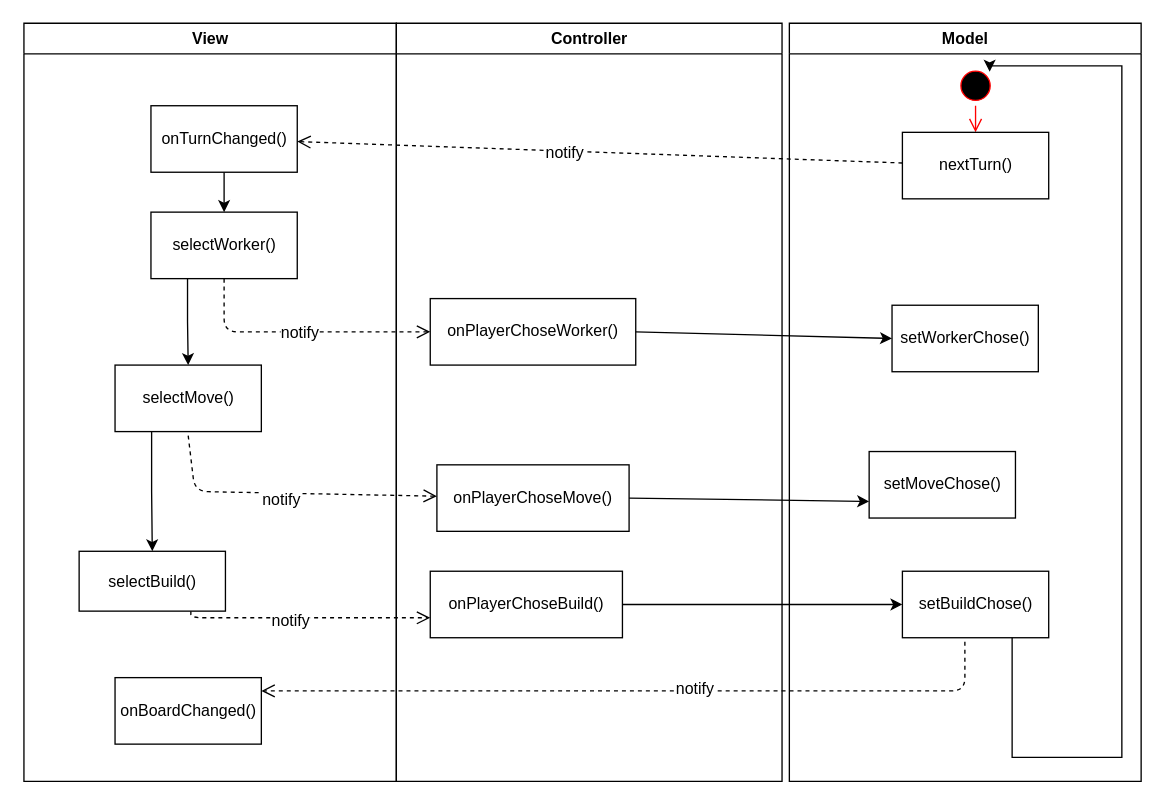
Above: Sequence Diagram - Turno di Gioco.drawio in massitaverna/ing-sw-2020-taverna-sorrentino-stagnoli (draw.io), before the change. Source tidied: cells renumbered, new cells numbered last; positions are measured from the earlier drawing's top-left corner, leaving out a move shared by most shapes. Both pictures are drawn from the tidied source at 133%, with x=0, y=0 at pixel (23, 23).
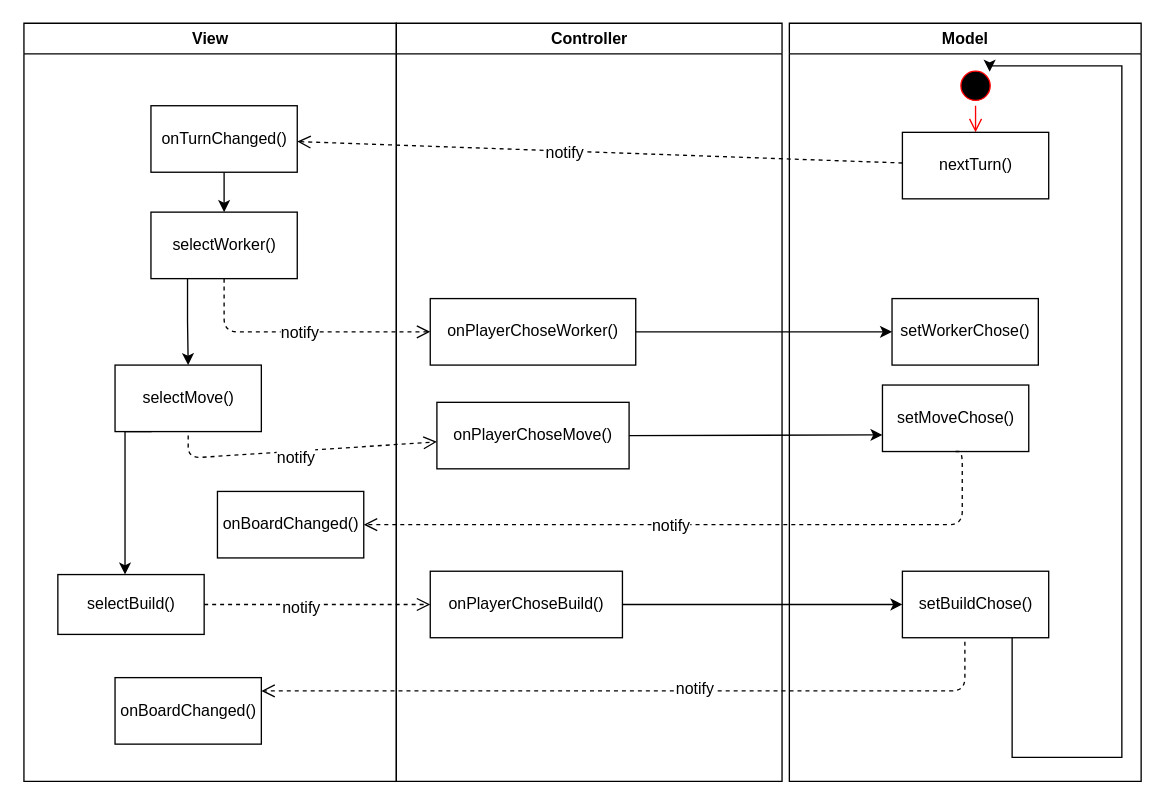
The same diagram, later.

Commit message (it also covers changes not shown here):
Aggiornato UML package model; Aggiunto Sequence Diagram - Turno di Gioco.drawio;

The change refers to these unchanged cells:
```xml
<mxCell id="2" value="View" style="swimlane;whiteSpace=wrap;" parent="1" vertex="1">
  <mxGeometry x="0.5" width="280" height="570" as="geometry" />
</mxCell>
<mxCell id="4" value="selectMove()" style="html=1;" parent="2" vertex="1">
  <mxGeometry x="68.5" y="257" width="110" height="50" as="geometry" />
</mxCell>
<mxCell id="9" value="Controller" style="swimlane;whiteSpace=wrap;" parent="1" vertex="1">
  <mxGeometry x="280.5" width="290" height="570" as="geometry" />
</mxCell>
<mxCell id="13" value="Model" style="swimlane;whiteSpace=wrap;" parent="1" vertex="1">
  <mxGeometry x="576" width="264.5" height="570" as="geometry" />
</mxCell>
```

Diff of the diagram source:
```diff
@@
+    <mxCell id="30" value="selectBuild()" style="html=1;" parent="2" vertex="1">
+      <mxGeometry x="25.5" y="414.5" width="110" height="45" as="geometry" />
+    </mxCell>
+    <mxCell id="27" style="edgeStyle=orthogonalEdgeStyle;rounded=0;jettySize=auto;html=1;exitX=0.25;exitY=1;exitDx=0;exitDy=0;" parent="2" edge="1" source="4" target="30">
+      <mxGeometry relative="1" as="geometry">
+        <Array as="points">
+          <mxPoint x="76" y="307" />
+        </Array>
+      </mxGeometry>
+    </mxCell>
+    <mxCell id="36" value="onBoardChanged()" style="html=1;" parent="2" vertex="1">
+      <mxGeometry x="145.5" y="352" width="110" height="50" as="geometry" />
+    </mxCell>
@@
     <mxCell id="11" value="onPlayerChoseMove()" style="html=1;" parent="9" vertex="1">
-      <mxGeometry x="30.5" y="332" width="144.5" height="50" as="geometry" />
+      <mxGeometry x="30.5" y="285" width="144.5" height="50" as="geometry" />
     </mxCell>
@@
     <mxCell id="17" value="setWorkerChose()" style="html=1;" parent="13" vertex="1">
-      <mxGeometry x="77.2" y="212" width="110" height="50" as="geometry" />
+      <mxGeometry x="77.2" y="207" width="110" height="50" as="geometry" />
     </mxCell>
     <mxCell id="18" value="setMoveChose()" style="html=1;" parent="13" vertex="1">
-      <mxGeometry x="60" y="322" width="110" height="50" as="geometry" />
+      <mxGeometry x="70" y="272" width="110" height="50" as="geometry" />
     </mxCell>
@@
     <mxCell id="25" style="html=1;verticalAlign=bottom;endArrow=open;dashed=1;endSize=8;fontFamily=Helvetica;fontSize=11;fontColor=#000000;align=center;strokeColor=#000000;" parent="1" edge="1" target="11">
       <mxGeometry relative="1" as="geometry">
         <mxPoint x="124" y="310" as="sourcePoint" />
         <Array as="points">
-          <mxPoint x="129" y="352" />
+          <mxPoint x="124" y="327" />
         </Array>
       </mxGeometry>
     </mxCell>
@@
-    <mxCell id="27" style="edgeStyle=orthogonalEdgeStyle;rounded=0;jettySize=auto;html=1;exitX=0.25;exitY=1;exitDx=0;exitDy=0;" parent="1" edge="1" source="4" target="30">
-      <mxGeometry relative="1" as="geometry" />
-    </mxCell>
@@
-    <mxCell id="30" value="selectBuild()" style="html=1;" parent="1" vertex="1">
-      <mxGeometry x="42" y="397" width="110" height="45" as="geometry" />
-    </mxCell>
@@
+    <mxCell id="37" style="html=1;verticalAlign=bottom;endArrow=open;dashed=1;endSize=8;fontFamily=Helvetica;fontSize=11;fontColor=#000000;align=center;strokeColor=#000000;edgeStyle=orthogonalEdgeStyle;exitX=0.5;exitY=1;exitDx=0;exitDy=0;entryX=1;entryY=0.5;entryDx=0;entryDy=0;" parent="1" edge="1" source="18" target="36">
+      <mxGeometry relative="1" as="geometry">
+        <Array as="points">
+          <mxPoint x="706" y="322" />
+          <mxPoint x="706" y="377" />
+        </Array>
+      </mxGeometry>
+    </mxCell>
+    <mxCell id="38" value="notify" style="text;html=1;align=center;verticalAlign=middle;labelBackgroundColor=#ffffff;" parent="37" vertex="1">
+      <mxGeometry x="-0.15" y="-2" relative="1" as="geometry">
+        <mxPoint x="-63" y="2" as="offset" />
+      </mxGeometry>
+    </mxCell>
```
